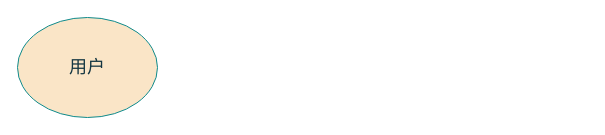
This is map/minihubER.drawio from msqtt/Sources, a draw.io file, before an edit. Source tidied: cells renumbered, new cells numbered last; positions are measured from the earlier drawing's top-left corner, leaving out a move shared by most shapes. Both pictures are drawn from the tidied source at 100%, with x=0, y=0 at pixel (17, 17).
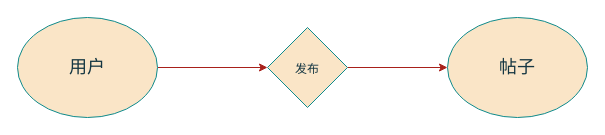
The same page after the edit.

The edit, as a diff of the source:
```diff
@@
 <mxGraphModel>
   <root>
     <mxCell id="0" />
     <mxCell id="1" parent="0" />
+    <mxCell id="3" style="edgeStyle=orthogonalEdgeStyle;rounded=0;jettySize=auto;html=1;strokeColor=#A8201A;fontColor=#143642;fillColor=#FAE5C7;" parent="1" edge="1" source="2" target="6">
+      <mxGeometry relative="1" as="geometry" />
+    </mxCell>
     <mxCell id="2" value="用户" style="ellipse;whiteSpace=wrap;html=1;fontSize=18;labelBackgroundColor=none;fillColor=#FAE5C7;strokeColor=#0F8B8D;fontColor=#143642;" parent="1" vertex="1">
       <mxGeometry width="140" height="100" as="geometry" />
     </mxCell>
+    <mxCell id="4" value="帖子" style="ellipse;whiteSpace=wrap;html=1;fontSize=18;labelBackgroundColor=none;fillColor=#FAE5C7;strokeColor=#0F8B8D;fontColor=#143642;" parent="1" vertex="1">
+      <mxGeometry x="430" width="140" height="100" as="geometry" />
+    </mxCell>
+    <mxCell id="5" style="edgeStyle=orthogonalEdgeStyle;rounded=0;jettySize=auto;html=1;strokeColor=#A8201A;fontColor=#143642;fillColor=#FAE5C7;" parent="1" edge="1" source="6" target="4">
+      <mxGeometry relative="1" as="geometry" />
+    </mxCell>
+    <mxCell id="6" value="&lt;font style=&quot;font-size: 12px;&quot;&gt;发布&lt;/font&gt;" style="rhombus;whiteSpace=wrap;html=1;fontSize=18;fillColor=#FAE5C7;strokeColor=#0F8B8D;fontColor=#143642;labelBackgroundColor=none;" parent="1" vertex="1">
+      <mxGeometry x="250" y="10" width="80" height="80" as="geometry" />
+    </mxCell>
   </root>
 </mxGraphModel>
```
